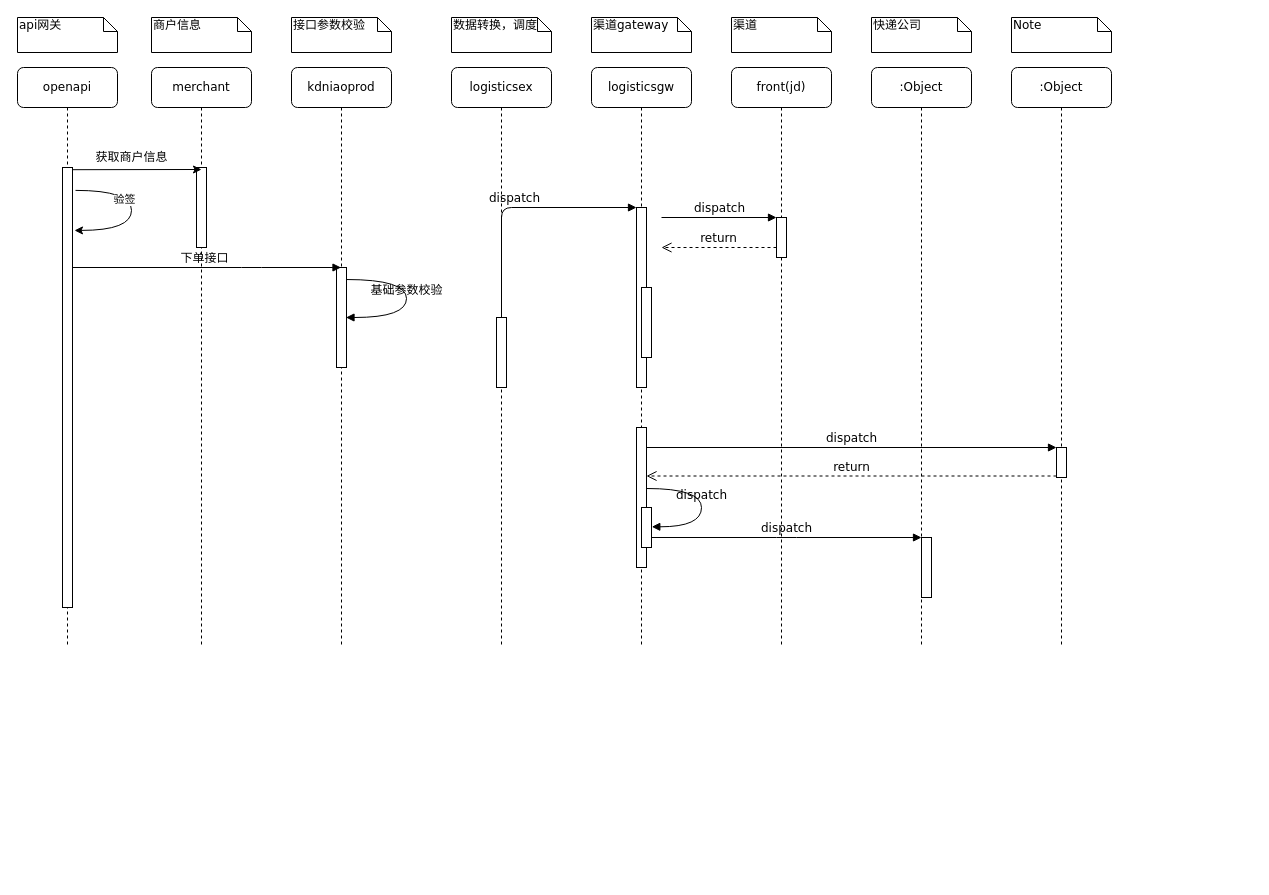
Before: 未命名绘图.drawio in unclequentin/diagrams, a draw.io diagram. Source tidied: cells renumbered, new cells numbered last; positions are measured from the earlier drawing's top-left corner, leaving out a move shared by most shapes. Both pictures are drawn from the tidied source at 100%, with x=0, y=0 at pixel (17, 17).
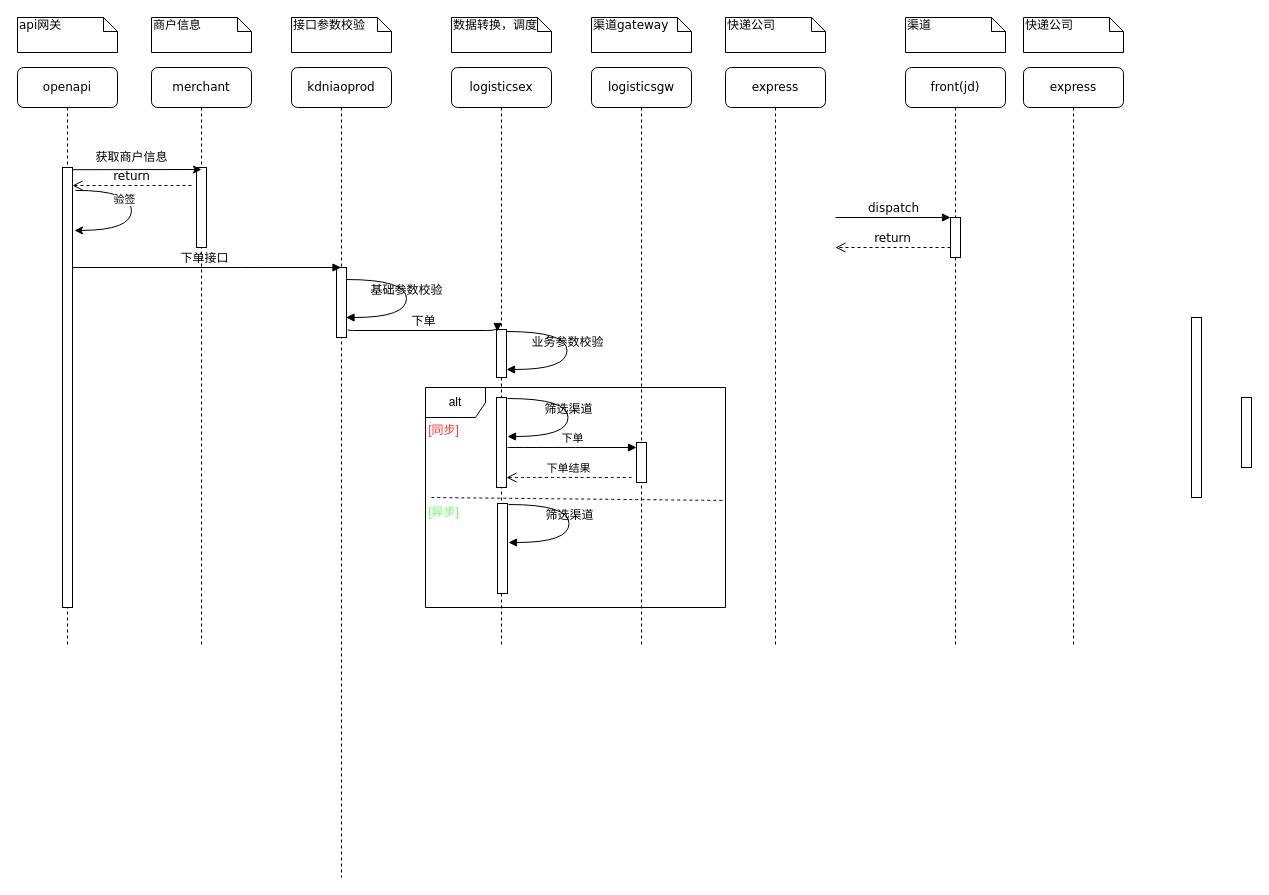
Above is the later version.

Commit message (it also covers changes not shown here):
更新未命名绘图.drawio

Unchanged cells that the change refers to:
```xml
<mxCell id="4" value="logisticsex" style="shape=umlLifeline;perimeter=lifelinePerimeter;whiteSpace=wrap;html=1;rounded=1;shadow=0;comic=0;labelBackgroundColor=none;strokeWidth=1;fontFamily=Verdana;fontSize=12;align=center;" parent="1" vertex="1">
  <mxGeometry x="434" y="50" width="100" height="580" as="geometry" />
</mxCell>
<mxCell id="10" value="merchant" style="shape=umlLifeline;perimeter=lifelinePerimeter;whiteSpace=wrap;html=1;rounded=1;shadow=0;comic=0;labelBackgroundColor=none;strokeWidth=1;fontFamily=Verdana;fontSize=12;align=center;" parent="1" vertex="1">
  <mxGeometry x="134" y="50" width="100" height="580" as="geometry" />
</mxCell>
```

The edit, as a diff of the source:
```diff
@@
+    <mxCell id="42" value="alt" style="shape=umlFrame;whiteSpace=wrap;html=1;" parent="1" vertex="1">
+      <mxGeometry x="408" y="370" width="300" height="220" as="geometry" />
+    </mxCell>
     <mxCell id="2" value="kdniaoprod" style="shape=umlLifeline;perimeter=lifelinePerimeter;whiteSpace=wrap;html=1;outlineConnect=0;rounded=1;shadow=0;comic=0;labelBackgroundColor=none;strokeWidth=1;fontFamily=Verdana;fontSize=12;align=center;" parent="1" vertex="1">
-      <mxGeometry x="274" y="50" width="100" height="580" as="geometry" />
+      <mxGeometry x="274" y="50" width="100" height="810" as="geometry" />
     </mxCell>
     <mxCell id="3" style="html=1;perimeter=orthogonalPerimeter;rounded=0;shadow=0;comic=0;labelBackgroundColor=none;strokeWidth=1;fontFamily=Verdana;fontSize=12;align=center;" parent="2" vertex="1">
-      <mxGeometry x="45" y="200" width="10" height="100" as="geometry" />
+      <mxGeometry x="45" y="200" width="10" height="70" as="geometry" />
     </mxCell>
@@
     <mxCell id="5" style="html=1;points=[];perimeter=orthogonalPerimeter;rounded=0;shadow=0;comic=0;labelBackgroundColor=none;strokeWidth=1;fontFamily=Verdana;fontSize=12;align=center;" parent="4" vertex="1">
-      <mxGeometry x="45" y="250" width="10" height="70" as="geometry" />
+      <mxGeometry x="45" y="262" width="10" height="48" as="geometry" />
     </mxCell>
+    <mxCell id="43" value="业务参数校验" style="html=1;verticalAlign=bottom;endArrow=block;labelBackgroundColor=none;fontFamily=Verdana;fontSize=12;elbow=vertical;edgeStyle=orthogonalEdgeStyle;curved=1;" parent="4" edge="1">
+      <mxGeometry relative="1" as="geometry">
+        <mxPoint x="55" y="264" as="sourcePoint" />
+        <mxPoint x="55" y="302" as="targetPoint" />
+        <Array as="points">
+          <mxPoint x="115.5" y="264" />
+          <mxPoint x="115.5" y="302" />
+        </Array>
+      </mxGeometry>
+    </mxCell>
+    <mxCell id="44" value="下单" style="html=1;verticalAlign=bottom;endArrow=block;rounded=0;curved=1;" parent="4" edge="1">
+      <mxGeometry relative="1" as="geometry">
+        <mxPoint x="56" y="380" as="sourcePoint" />
+        <mxPoint x="185" y="380" as="targetPoint" />
+      </mxGeometry>
+    </mxCell>
@@
     <mxCell id="7" value="front(jd)" style="shape=umlLifeline;perimeter=lifelinePerimeter;whiteSpace=wrap;html=1;rounded=1;shadow=0;comic=0;labelBackgroundColor=none;strokeWidth=1;fontFamily=Verdana;fontSize=12;align=center;" parent="1" vertex="1">
-      <mxGeometry x="714" y="50" width="100" height="580" as="geometry" />
+      <mxGeometry x="888" y="50" width="100" height="580" as="geometry" />
     </mxCell>
-    <mxCell id="8" value=":Object" style="shape=umlLifeline;perimeter=lifelinePerimeter;whiteSpace=wrap;html=1;rounded=1;shadow=0;comic=0;labelBackgroundColor=none;strokeWidth=1;fontFamily=Verdana;fontSize=12;align=center;" parent="1" vertex="1">
-      <mxGeometry x="854" y="50" width="100" height="580" as="geometry" />
+    <mxCell id="8" value="express" style="shape=umlLifeline;perimeter=lifelinePerimeter;whiteSpace=wrap;html=1;rounded=1;shadow=0;comic=0;labelBackgroundColor=none;strokeWidth=1;fontFamily=Verdana;fontSize=12;align=center;" parent="1" vertex="1">
+      <mxGeometry x="1006" y="50" width="100" height="580" as="geometry" />
     </mxCell>
-    <mxCell id="9" value=":Object" style="shape=umlLifeline;perimeter=lifelinePerimeter;whiteSpace=wrap;html=1;rounded=1;shadow=0;comic=0;labelBackgroundColor=none;strokeWidth=1;fontFamily=Verdana;fontSize=12;align=center;" parent="1" vertex="1">
-      <mxGeometry x="994" y="50" width="100" height="580" as="geometry" />
-    </mxCell>
@@
+    <mxCell id="20" value="return" style="html=1;verticalAlign=bottom;endArrow=open;dashed=1;endSize=8;labelBackgroundColor=none;fontFamily=Verdana;fontSize=12;edgeStyle=elbowEdgeStyle;elbow=vertical;" parent="10" edge="1">
+      <mxGeometry relative="1" as="geometry">
+        <mxPoint x="40" y="118" as="sourcePoint" />
+        <mxPoint x="-79" y="118" as="targetPoint" />
+        <Array as="points">
+          <mxPoint x="-19" y="118" />
+          <mxPoint x="11" y="118" />
+        </Array>
+      </mxGeometry>
+    </mxCell>
     <mxCell id="12" style="html=1;points=[];perimeter=orthogonalPerimeter;rounded=0;shadow=0;comic=0;labelBackgroundColor=none;strokeWidth=1;fontFamily=Verdana;fontSize=12;align=center;" parent="1" vertex="1">
-      <mxGeometry x="619" y="190" width="10" height="180" as="geometry" />
+      <mxGeometry x="1174" y="300" width="10" height="180" as="geometry" />
     </mxCell>
-    <mxCell id="13" value="dispatch" style="html=1;verticalAlign=bottom;endArrow=block;labelBackgroundColor=none;fontFamily=Verdana;fontSize=12;edgeStyle=elbowEdgeStyle;elbow=vertical;" parent="1" edge="1" source="5" target="12">
-      <mxGeometry relative="1" as="geometry">
-        <Array as="points">
-          <mxPoint x="494" y="190" />
-        </Array>
-      </mxGeometry>
-    </mxCell>
     <mxCell id="14" style="html=1;points=[];perimeter=orthogonalPerimeter;rounded=0;shadow=0;comic=0;labelBackgroundColor=none;strokeWidth=1;fontFamily=Verdana;fontSize=12;align=center;" parent="1" vertex="1">
-      <mxGeometry x="759" y="200" width="10" height="40" as="geometry" />
+      <mxGeometry x="933" y="200" width="10" height="40" as="geometry" />
     </mxCell>
     <mxCell id="15" value="dispatch" style="html=1;verticalAlign=bottom;endArrow=block;entryX=0;entryY=0;labelBackgroundColor=none;fontFamily=Verdana;fontSize=12;edgeStyle=elbowEdgeStyle;elbow=vertical;" parent="1" edge="1" target="14">
       <mxGeometry relative="1" as="geometry">
-        <mxPoint x="644" y="200" as="sourcePoint" />
+        <mxPoint x="818" y="200" as="sourcePoint" />
       </mxGeometry>
     </mxCell>
     <mxCell id="16" value="return" style="html=1;verticalAlign=bottom;endArrow=open;dashed=1;endSize=8;labelBackgroundColor=none;fontFamily=Verdana;fontSize=12;edgeStyle=elbowEdgeStyle;elbow=vertical;" parent="1" edge="1" source="14">
       <mxGeometry relative="1" as="geometry">
-        <mxPoint x="644" y="230" as="targetPoint" />
+        <mxPoint x="818" y="230" as="targetPoint" />
         <Array as="points">
-          <mxPoint x="704" y="230" />
-          <mxPoint x="734" y="230" />
+          <mxPoint x="878" y="230" />
+          <mxPoint x="908" y="230" />
         </Array>
       </mxGeometry>
     </mxCell>
     <mxCell id="17" style="html=1;points=[];perimeter=orthogonalPerimeter;rounded=0;shadow=0;comic=0;labelBackgroundColor=none;strokeWidth=1;fontFamily=Verdana;fontSize=12;align=center;" parent="1" vertex="1">
-      <mxGeometry x="619" y="410" width="10" height="140" as="geometry" />
+      <mxGeometry x="619" y="425" width="10" height="40" as="geometry" />
     </mxCell>
-    <mxCell id="18" style="html=1;points=[];perimeter=orthogonalPerimeter;rounded=0;shadow=0;comic=0;labelBackgroundColor=none;strokeColor=#000000;strokeWidth=1;fillColor=#FFFFFF;fontFamily=Verdana;fontSize=12;fontColor=#000000;align=center;" parent="1" vertex="1">
-      <mxGeometry x="1039" y="430" width="10" height="30" as="geometry" />
-    </mxCell>
-    <mxCell id="19" value="dispatch" style="html=1;verticalAlign=bottom;endArrow=block;entryX=0;entryY=0;labelBackgroundColor=none;fontFamily=Verdana;fontSize=12;" parent="1" edge="1" source="17" target="18">
-      <mxGeometry relative="1" as="geometry" />
-    </mxCell>
-    <mxCell id="20" value="return" style="html=1;verticalAlign=bottom;endArrow=open;dashed=1;endSize=8;exitX=0;exitY=0.95;labelBackgroundColor=none;fontFamily=Verdana;fontSize=12;" parent="1" edge="1" source="18" target="17">
-      <mxGeometry relative="1" as="geometry" />
-    </mxCell>
-    <mxCell id="21" style="html=1;points=[];perimeter=orthogonalPerimeter;rounded=0;shadow=0;comic=0;labelBackgroundColor=none;strokeWidth=1;fontFamily=Verdana;fontSize=12;align=center;" parent="1" vertex="1">
-      <mxGeometry x="904" y="520" width="10" height="60" as="geometry" />
-    </mxCell>
-    <mxCell id="22" value="dispatch" style="html=1;verticalAlign=bottom;endArrow=block;entryX=0;entryY=0;labelBackgroundColor=none;fontFamily=Verdana;fontSize=12;edgeStyle=elbowEdgeStyle;elbow=vertical;" parent="1" edge="1" source="25" target="21">
-      <mxGeometry relative="1" as="geometry" />
-    </mxCell>
@@
     <mxCell id="24" style="html=1;perimeter=orthogonalPerimeter;rounded=0;shadow=0;comic=0;labelBackgroundColor=none;strokeWidth=1;fontFamily=Verdana;fontSize=12;align=center;" parent="1" vertex="1">
-      <mxGeometry x="624" y="270" width="10" height="70" as="geometry" />
+      <mxGeometry x="1224" y="380" width="10" height="70" as="geometry" />
     </mxCell>
-    <mxCell id="25" style="html=1;points=[];perimeter=orthogonalPerimeter;rounded=0;shadow=0;comic=0;labelBackgroundColor=none;strokeWidth=1;fontFamily=Verdana;fontSize=12;align=center;" parent="1" vertex="1">
-      <mxGeometry x="624" y="490" width="10" height="40" as="geometry" />
-    </mxCell>
-    <mxCell id="26" value="dispatch" style="html=1;verticalAlign=bottom;endArrow=block;labelBackgroundColor=none;fontFamily=Verdana;fontSize=12;elbow=vertical;edgeStyle=orthogonalEdgeStyle;curved=1;entryX=1;entryY=0.286;entryPerimeter=0;exitX=1.038;exitY=0.345;exitPerimeter=0;" parent="1" edge="1">
-      <mxGeometry relative="1" as="geometry">
-        <mxPoint x="629.3" y="471" as="sourcePoint" />
-        <mxPoint x="634.3" y="509.3" as="targetPoint" />
-        <Array as="points">
-          <mxPoint x="684" y="471" />
-          <mxPoint x="684" y="509" />
-        </Array>
-      </mxGeometry>
-    </mxCell>
@@
     <mxCell id="31" value="渠道" style="shape=note;whiteSpace=wrap;html=1;size=14;verticalAlign=top;align=left;spacingTop=-6;rounded=0;shadow=0;comic=0;labelBackgroundColor=none;strokeWidth=1;fontFamily=Verdana;fontSize=12;" parent="1" vertex="1">
-      <mxGeometry x="714" width="100" height="35" as="geometry" />
+      <mxGeometry x="888" width="100" height="35" as="geometry" />
     </mxCell>
     <mxCell id="32" value="快递公司" style="shape=note;whiteSpace=wrap;html=1;size=14;verticalAlign=top;align=left;spacingTop=-6;rounded=0;shadow=0;comic=0;labelBackgroundColor=none;strokeWidth=1;fontFamily=Verdana;fontSize=12;" parent="1" vertex="1">
-      <mxGeometry x="854" width="100" height="35" as="geometry" />
+      <mxGeometry x="1006" width="100" height="35" as="geometry" />
     </mxCell>
-    <mxCell id="33" value="Note" style="shape=note;whiteSpace=wrap;html=1;size=14;verticalAlign=top;align=left;spacingTop=-6;rounded=0;shadow=0;comic=0;labelBackgroundColor=none;strokeWidth=1;fontFamily=Verdana;fontSize=12;" parent="1" vertex="1">
-      <mxGeometry x="994" width="100" height="35" as="geometry" />
-    </mxCell>
@@
+    <mxCell id="45" value="下单" style="html=1;verticalAlign=bottom;endArrow=block;labelBackgroundColor=none;fontFamily=Verdana;fontSize=12;edgeStyle=elbowEdgeStyle;elbow=vertical;entryX=0.1;entryY=0.014;entryDx=0;entryDy=0;entryPerimeter=0;" parent="1" edge="1">
+      <mxGeometry relative="1" as="geometry">
+        <mxPoint x="330.5" y="312" as="sourcePoint" />
+        <mxPoint x="480" y="314" as="targetPoint" />
+      </mxGeometry>
+    </mxCell>
+    <mxCell id="46" value="&lt;font color=&quot;#ff3333&quot;&gt;[同步]&lt;/font&gt;" style="text;html=1;align=center;verticalAlign=middle;fillColor=none;strokeColor=none;rounded=0;" parent="1" vertex="1">
+      <mxGeometry x="401" y="398" width="50" height="30" as="geometry" />
+    </mxCell>
+    <mxCell id="47" style="endArrow=none;dashed=1;html=1;rounded=0;curved=1;entryX=1;entryY=0.765;entryDx=0;entryDy=0;entryPerimeter=0;" parent="1" edge="1">
+      <mxGeometry relative="1" as="geometry">
+        <mxPoint x="414" y="480" as="sourcePoint" />
+        <mxPoint x="708" y="483" as="targetPoint" />
+      </mxGeometry>
+    </mxCell>
+    <mxCell id="48" style="html=1;perimeter=orthogonalPerimeter;rounded=0;shadow=0;comic=0;labelBackgroundColor=none;strokeColor=#000000;strokeWidth=1;fillColor=#FFFFFF;fontFamily=Verdana;fontSize=12;fontColor=#000000;align=center;" parent="1" vertex="1">
+      <mxGeometry x="479" y="380" width="10" height="90" as="geometry" />
+    </mxCell>
+    <mxCell id="49" value="筛选渠道" style="html=1;verticalAlign=bottom;endArrow=block;labelBackgroundColor=none;fontFamily=Verdana;fontSize=12;elbow=vertical;edgeStyle=orthogonalEdgeStyle;curved=1;" parent="1" edge="1">
+      <mxGeometry relative="1" as="geometry">
+        <mxPoint x="490" y="381" as="sourcePoint" />
+        <mxPoint x="490" y="419" as="targetPoint" />
+        <Array as="points">
+          <mxPoint x="550.5" y="381" />
+          <mxPoint x="550.5" y="419" />
+        </Array>
+      </mxGeometry>
+    </mxCell>
+    <mxCell id="50" value="下单结果" style="html=1;verticalAlign=bottom;endArrow=open;dashed=1;endSize=8;rounded=0;curved=1;entryX=1.5;entryY=0.778;entryDx=0;entryDy=0;entryPerimeter=0;" parent="1" edge="1">
+      <mxGeometry relative="1" as="geometry">
+        <mxPoint x="614" y="460" as="sourcePoint" />
+        <mxPoint x="489" y="460" as="targetPoint" />
+      </mxGeometry>
+    </mxCell>
+    <mxCell id="51" value="&lt;font color=&quot;#66ff66&quot;&gt;[异步]&lt;/font&gt;" style="text;html=1;align=center;verticalAlign=middle;fillColor=none;strokeColor=none;rounded=0;" parent="1" vertex="1">
+      <mxGeometry x="401" y="480" width="50" height="30" as="geometry" />
+    </mxCell>
+    <mxCell id="52" value="express" style="shape=umlLifeline;perimeter=lifelinePerimeter;whiteSpace=wrap;html=1;rounded=1;shadow=0;comic=0;labelBackgroundColor=none;strokeWidth=1;fontFamily=Verdana;fontSize=12;align=center;" parent="1" vertex="1">
+      <mxGeometry x="708" y="50" width="100" height="580" as="geometry" />
+    </mxCell>
+    <mxCell id="53" value="快递公司" style="shape=note;whiteSpace=wrap;html=1;size=14;verticalAlign=top;align=left;spacingTop=-6;rounded=0;shadow=0;comic=0;labelBackgroundColor=none;strokeWidth=1;fontFamily=Verdana;fontSize=12;" parent="1" vertex="1">
+      <mxGeometry x="708" width="100" height="35" as="geometry" />
+    </mxCell>
+    <mxCell id="54" style="html=1;perimeter=orthogonalPerimeter;rounded=0;shadow=0;comic=0;labelBackgroundColor=none;strokeColor=#000000;strokeWidth=1;fillColor=#FFFFFF;fontFamily=Verdana;fontSize=12;fontColor=#000000;align=center;" parent="1" vertex="1">
+      <mxGeometry x="480" y="486" width="10" height="90" as="geometry" />
+    </mxCell>
+    <mxCell id="55" value="筛选渠道" style="html=1;verticalAlign=bottom;endArrow=block;labelBackgroundColor=none;fontFamily=Verdana;fontSize=12;elbow=vertical;edgeStyle=orthogonalEdgeStyle;curved=1;" parent="1" edge="1">
+      <mxGeometry relative="1" as="geometry">
+        <mxPoint x="491" y="487" as="sourcePoint" />
+        <mxPoint x="491" y="525" as="targetPoint" />
+        <Array as="points">
+          <mxPoint x="551.5" y="487" />
+          <mxPoint x="551.5" y="525" />
+        </Array>
+      </mxGeometry>
+    </mxCell>
```
